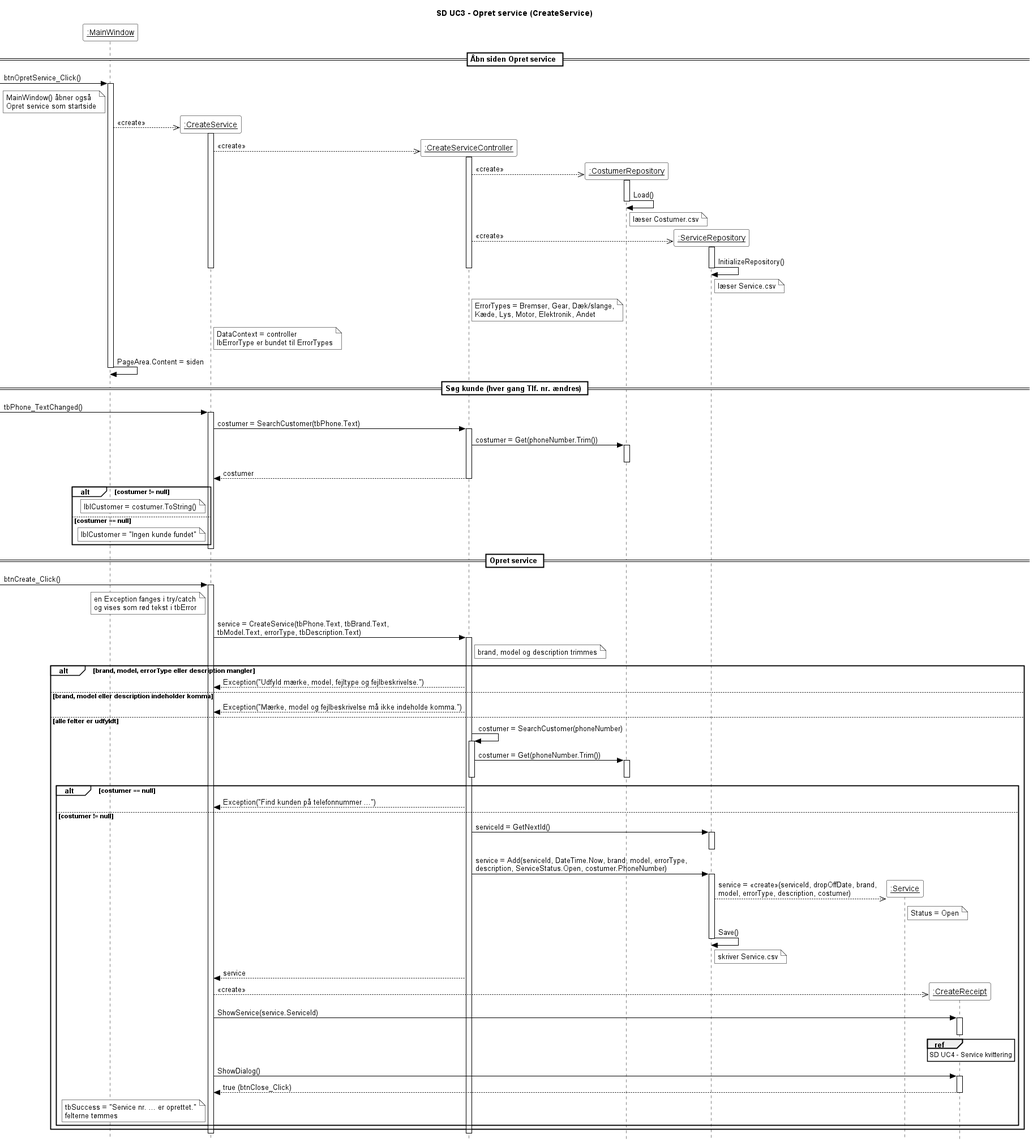
This is 6. Sekvens Diagrammer/Sprint 1/UC3_opret_service.png from Zoabz/Getting-Real, a PlantUML export, as it was before one commit. The source it was exported from:
```plantuml
@startuml
skinparam style strictuml
skinparam ParticipantBackgroundColor white
skinparam ParticipantBorderColor black
skinparam ArrowColor black
skinparam SequenceLifeLineBorderColor black
skinparam SequenceGroupBackgroundColor white
skinparam SequenceGroupBorderColor black
skinparam SequenceDividerBackgroundColor white
skinparam SequenceDividerBorderColor black
skinparam SequenceReferenceBackgroundColor white
skinparam SequenceReferenceBorderColor black
skinparam NoteBackgroundColor white
skinparam NoteBorderColor black
skinparam ActivationBackgroundColor white
skinparam shadowing false
skinparam sequenceParticipant underline
skinparam defaultFontName Arial
hide footbox
title SD UC3 - Opret service (CreateService)

participant ":MainWindow" as MW

== Åbn siden Opret service ==
[-> MW : btnOpretService_Click()
activate MW
note left of MW : MainWindow() åbner også\nOpret service som startside

create participant ":CreateService" as V
MW -->> V : «create»
activate V

create participant ":CreateServiceController" as C
V -->> C : «create»
activate C

create participant ":CostumerRepository" as KR
C -->> KR : «create»
activate KR
KR -> KR : Load()
note right of KR : læser Costumer.csv
deactivate KR

create participant ":ServiceRepository" as SR
C -->> SR : «create»
activate SR
SR -> SR : InitializeRepository()
note right of SR : læser Service.csv
deactivate SR

note right of C : ErrorTypes = Bremser, Gear, Dæk/slange,\nKæde, Lys, Motor, Elektronik, Andet
deactivate C

note right of V
  DataContext = controller
  lbErrorType er bundet til ErrorTypes
end note
deactivate V

MW -> MW : PageArea.Content = siden
deactivate MW

== Søg kunde (hver gang Tlf. nr. ændres) ==
[-> V : tbPhone_TextChanged()
activate V
V -> C : costumer = SearchCustomer(tbPhone.Text)
activate C
C -> KR : costumer = Get(phoneNumber.Trim())
activate KR
deactivate KR
V <-- C : costumer
deactivate C

alt costumer != null
    note left of V : lblCustomer = costumer.ToString()
else costumer == null
    note left of V : lblCustomer = "Ingen kunde fundet"
end
deactivate V

== Opret service ==
[-> V : btnCreate_Click()
activate V
note left of V : en Exception fanges i try/catch\nog vises som rød tekst i tbError

V -> C : service = CreateService(tbPhone.Text, tbBrand.Text,\ntbModel.Text, errorType, tbDescription.Text)
activate C
note right of C : brand, model og description trimmes

alt brand, model, errorType eller description mangler
    V <-- C : Exception("Udfyld mærke, model, fejltype og fejlbeskrivelse.")

else brand, model eller description indeholder komma
    V <-- C : Exception("Mærke, model og fejlbeskrivelse må ikke indeholde komma.")

else alle felter er udfyldt
    C -> C : costumer = SearchCustomer(phoneNumber)
    activate C
    C -> KR : costumer = Get(phoneNumber.Trim())
    activate KR
    deactivate KR
    deactivate C

    alt costumer == null
        V <-- C : Exception("Find kunden på telefonnummer ...")

    else costumer != null
        C -> SR : serviceId = GetNextId()
        activate SR
        deactivate SR

        C -> SR : service = Add(serviceId, DateTime.Now, brand, model, errorType,\ndescription, ServiceStatus.Open, costumer.PhoneNumber)
        activate SR
        create participant ":Service" as S
        SR -->> S : service = «create»(serviceId, dropOffDate, brand,\nmodel, errorType, description, costumer)
        note right of S : Status = Open
        SR -> SR : Save()
        note right of SR : skriver Service.csv
        deactivate SR

        V <-- C : service

        create participant ":CreateReceipt" as D
        V -->> D : «create»
        V -> D : ShowService(service.ServiceId)
        activate D
        ref over D : SD UC4 - Service kvittering
        deactivate D

        V -> D : ShowDialog()
        activate D
        V <-- D : true (btnClose_Click)
        deactivate D

        note left of V
          tbSuccess = "Service nr. ... er oprettet."
          felterne tømmes
        end note
    end
end
deactivate C
deactivate V

@enduml
```
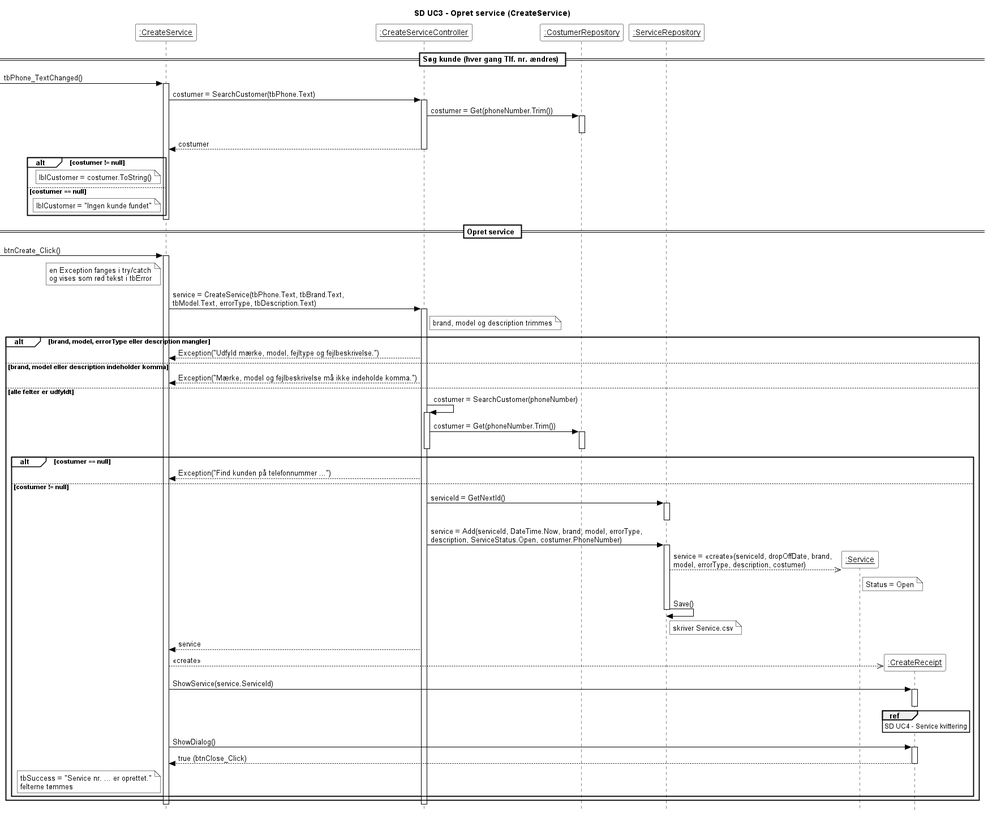
After the commit.

Diff of the diagram source:
```diff
@@ -19,46 +19,10 @@
 hide footbox
 title SD UC3 - Opret service (CreateService)
 
-participant ":MainWindow" as MW
-
-== Åbn siden Opret service ==
-[-> MW : btnOpretService_Click()
-activate MW
-note left of MW : MainWindow() åbner også\nOpret service som startside
-
-create participant ":CreateService" as V
-MW -->> V : «create»
-activate V
-
-create participant ":CreateServiceController" as C
-V -->> C : «create»
-activate C
-
-create participant ":CostumerRepository" as KR
-C -->> KR : «create»
-activate KR
-KR -> KR : Load()
-note right of KR : læser Costumer.csv
-deactivate KR
-
-create participant ":ServiceRepository" as SR
-C -->> SR : «create»
-activate SR
-SR -> SR : InitializeRepository()
-note right of SR : læser Service.csv
-deactivate SR
-
-note right of C : ErrorTypes = Bremser, Gear, Dæk/slange,\nKæde, Lys, Motor, Elektronik, Andet
-deactivate C
-
-note right of V
-  DataContext = controller
-  lbErrorType er bundet til ErrorTypes
-end note
-deactivate V
-
-MW -> MW : PageArea.Content = siden
-deactivate MW
+participant ":CreateService" as V
+participant ":CreateServiceController" as C
+participant ":CostumerRepository" as KR
+participant ":ServiceRepository" as SR
 
 == Søg kunde (hver gang Tlf. nr. ændres) ==
 [-> V : tbPhone_TextChanged()
```
